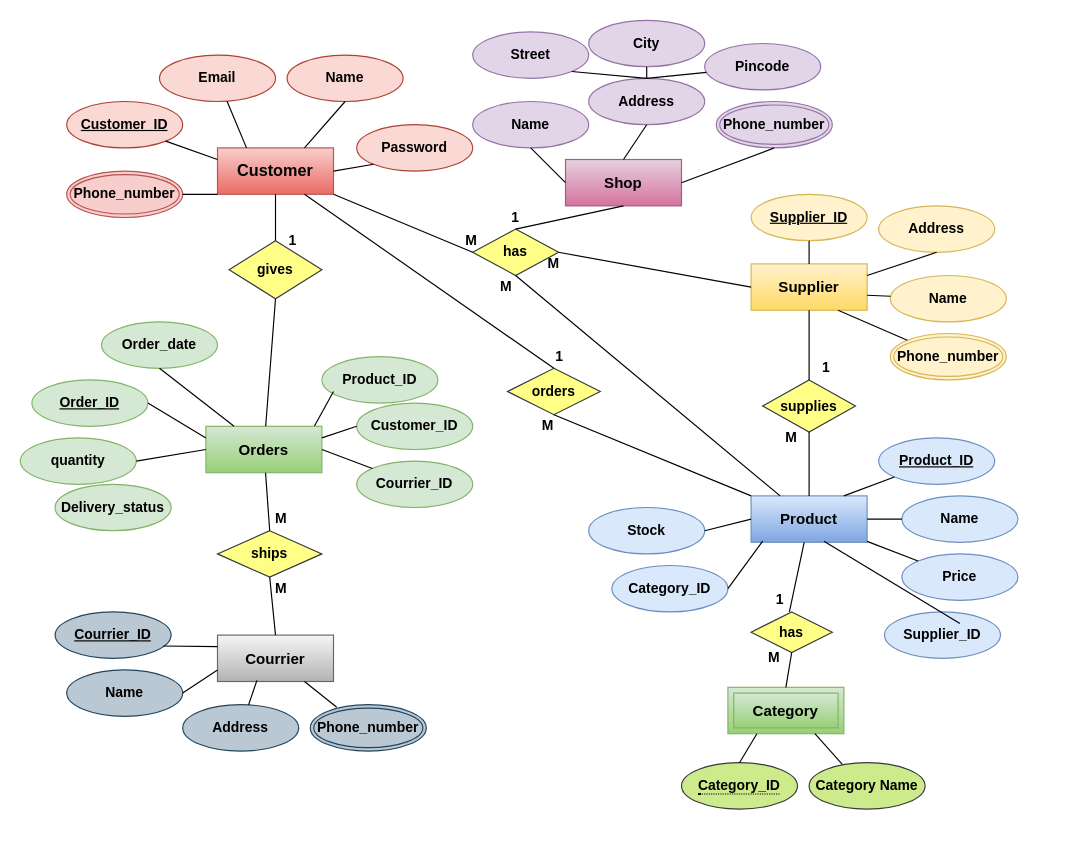
Before: shopping_UML.drawio in AayushiBr/Diagrams-, a draw.io diagram. Source tidied: cells renumbered, new cells numbered last; positions are measured from the earlier drawing's top-left corner, leaving out a move shared by most shapes. Both pictures are drawn from the tidied source at 116%, with x=0, y=0 at pixel (20, 20).
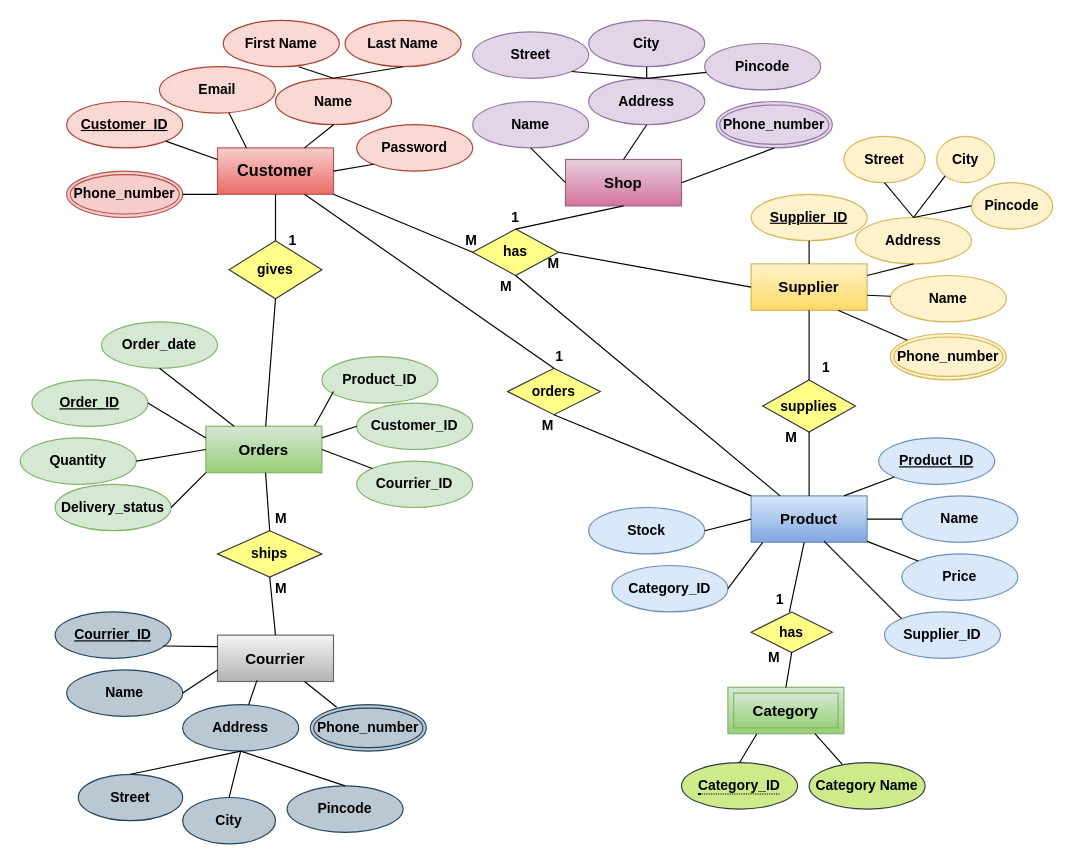
After the change.

Unchanged cells that the change refers to:
```xml
<mxCell id="5" value="&lt;b&gt;&lt;font style=&quot;font-size: 13px&quot;&gt;Orders&lt;/font&gt;&lt;/b&gt;" style="whiteSpace=wrap;html=1;align=center;gradientColor=#97d077;fillColor=#d5e8d4;strokeColor=#82b366;" parent="1" vertex="1">
  <mxGeometry x="160" y="350" width="100" height="40" as="geometry" />
</mxCell>
<mxCell id="6" value="&lt;b style=&quot;font-size: 13px&quot;&gt;Product&lt;/b&gt;" style="whiteSpace=wrap;html=1;align=center;gradientColor=#7ea6e0;fillColor=#dae8fc;strokeColor=#6c8ebf;" parent="1" vertex="1">
  <mxGeometry x="630" y="410" width="100" height="40" as="geometry" />
</mxCell>
<mxCell id="25" value="&lt;b&gt;Address&lt;/b&gt;" style="ellipse;whiteSpace=wrap;html=1;align=center;fillColor=#bac8d3;strokeColor=#23445d;" parent="1" vertex="1">
  <mxGeometry x="140" y="590" width="100" height="40" as="geometry" />
</mxCell>
<mxCell id="64" value="&lt;b&gt;Supplier_ID&lt;/b&gt;" style="ellipse;whiteSpace=wrap;html=1;align=center;fillColor=#dae8fc;strokeColor=#6c8ebf;" parent="1" vertex="1">
  <mxGeometry x="745" y="510" width="100" height="40" as="geometry" />
</mxCell>
```

The edit, as a diff of the source:
```diff
@@
     <mxCell id="8" value="&lt;b&gt;Email&lt;/b&gt;" style="ellipse;whiteSpace=wrap;html=1;align=center;fillColor=#fad9d5;strokeColor=#ae4132;" parent="1" vertex="1">
-      <mxGeometry x="120" y="30" width="100" height="40" as="geometry" />
+      <mxGeometry x="120" y="40" width="100" height="40" as="geometry" />
     </mxCell>
     <mxCell id="9" value="&lt;b&gt;Name&lt;/b&gt;" style="ellipse;whiteSpace=wrap;html=1;align=center;fillColor=#fad9d5;strokeColor=#ae4132;" parent="1" vertex="1">
-      <mxGeometry x="230" y="30" width="100" height="40" as="geometry" />
+      <mxGeometry x="220" y="50" width="100" height="40" as="geometry" />
     </mxCell>
@@
-    <mxCell id="12" value="&lt;b&gt;quantity&lt;/b&gt;" style="ellipse;whiteSpace=wrap;html=1;align=center;fillColor=#d5e8d4;strokeColor=#82b366;" parent="1" vertex="1">
+    <mxCell id="12" value="&lt;b&gt;Quantity&lt;/b&gt;" style="ellipse;whiteSpace=wrap;html=1;align=center;fillColor=#d5e8d4;strokeColor=#82b366;" parent="1" vertex="1">
       <mxGeometry y="360" width="100" height="40" as="geometry" />
     </mxCell>
@@
     <mxCell id="44" value="&lt;b&gt;Address&lt;/b&gt;" style="ellipse;whiteSpace=wrap;html=1;align=center;fillColor=#fff2cc;strokeColor=#d6b656;" parent="1" vertex="1">
-      <mxGeometry x="740" y="160" width="100" height="40" as="geometry" />
+      <mxGeometry x="720" y="170" width="100" height="40" as="geometry" />
     </mxCell>
@@
     <mxCell id="71" style="endArrow=none;html=1;rounded=0;" parent="1" edge="1">
       <mxGeometry relative="1" as="geometry">
         <mxPoint x="610" y="490" as="sourcePoint" />
-        <mxPoint x="640" y="449" as="targetPoint" />
+        <mxPoint x="640" y="450" as="targetPoint" />
       </mxGeometry>
     </mxCell>
@@
-    <mxCell id="75" style="endArrow=none;html=1;rounded=0;exitX=0.628;exitY=0.975;exitDx=0;exitDy=0;exitPerimeter=0;" parent="1" edge="1" source="6">
-      <mxGeometry relative="1" as="geometry">
-        <mxPoint x="810" y="520" as="targetPoint" />
-      </mxGeometry>
+    <mxCell id="75" style="endArrow=none;html=1;rounded=0;exitX=0.628;exitY=0.975;exitDx=0;exitDy=0;exitPerimeter=0;entryX=0;entryY=0;entryDx=0;entryDy=0;" parent="1" edge="1" source="6" target="64">
+      <mxGeometry relative="1" as="geometry" />
     </mxCell>
@@
+    <mxCell id="110" value="&lt;b&gt;Street&lt;/b&gt;" style="ellipse;whiteSpace=wrap;html=1;align=center;fillColor=#bac8d3;strokeColor=#23445d;" parent="1" vertex="1">
+      <mxGeometry x="50" y="650" width="90" height="40" as="geometry" />
+    </mxCell>
+    <mxCell id="111" value="&lt;b&gt;City&lt;/b&gt;" style="ellipse;whiteSpace=wrap;html=1;align=center;fillColor=#bac8d3;strokeColor=#23445d;" parent="1" vertex="1">
+      <mxGeometry x="140" y="670" width="80" height="40" as="geometry" />
+    </mxCell>
+    <mxCell id="112" value="&lt;b&gt;Pincode&lt;/b&gt;" style="ellipse;whiteSpace=wrap;html=1;align=center;fillColor=#bac8d3;strokeColor=#23445d;" parent="1" vertex="1">
+      <mxGeometry x="230" y="660" width="100" height="40" as="geometry" />
+    </mxCell>
+    <mxCell id="113" style="endArrow=none;html=1;rounded=0;exitX=0.5;exitY=1;exitDx=0;exitDy=0;entryX=0.5;entryY=0;entryDx=0;entryDy=0;" parent="1" edge="1" source="25" target="111">
+      <mxGeometry relative="1" as="geometry" />
+    </mxCell>
+    <mxCell id="114" style="endArrow=none;html=1;rounded=0;entryX=0.5;entryY=1;entryDx=0;entryDy=0;exitX=0.5;exitY=0;exitDx=0;exitDy=0;" parent="1" edge="1" source="110" target="25">
+      <mxGeometry relative="1" as="geometry" />
+    </mxCell>
+    <mxCell id="115" style="endArrow=none;html=1;rounded=0;entryX=0.5;entryY=0;entryDx=0;entryDy=0;" parent="1" edge="1" target="112">
+      <mxGeometry relative="1" as="geometry">
+        <mxPoint x="190" y="630" as="sourcePoint" />
+      </mxGeometry>
+    </mxCell>
+    <mxCell id="116" value="&lt;b&gt;First Name&lt;/b&gt;" style="ellipse;whiteSpace=wrap;html=1;align=center;fillColor=#fad9d5;strokeColor=#ae4132;" parent="1" vertex="1">
+      <mxGeometry x="175" width="100" height="40" as="geometry" />
+    </mxCell>
+    <mxCell id="117" value="&lt;b&gt;Last Name&lt;/b&gt;" style="ellipse;whiteSpace=wrap;html=1;align=center;fillColor=#fad9d5;strokeColor=#ae4132;" parent="1" vertex="1">
+      <mxGeometry x="280" width="100" height="40" as="geometry" />
+    </mxCell>
+    <mxCell id="118" style="endArrow=none;html=1;rounded=0;entryX=0.5;entryY=1;entryDx=0;entryDy=0;" parent="1" edge="1" target="117">
+      <mxGeometry relative="1" as="geometry">
+        <mxPoint x="270" y="50" as="sourcePoint" />
+      </mxGeometry>
+    </mxCell>
+    <mxCell id="119" style="endArrow=none;html=1;rounded=0;entryX=0.5;entryY=0;entryDx=0;entryDy=0;" parent="1" edge="1" target="9">
+      <mxGeometry relative="1" as="geometry">
+        <mxPoint x="240" y="40" as="sourcePoint" />
+      </mxGeometry>
+    </mxCell>
+    <mxCell id="120" value="&lt;b&gt;Street&lt;/b&gt;" style="ellipse;whiteSpace=wrap;html=1;align=center;fillColor=#fff2cc;strokeColor=#d6b656;" parent="1" vertex="1">
+      <mxGeometry x="710" y="100" width="70" height="40" as="geometry" />
+    </mxCell>
+    <mxCell id="121" value="&lt;b&gt;City&lt;/b&gt;" style="ellipse;whiteSpace=wrap;html=1;align=center;fillColor=#fff2cc;strokeColor=#d6b656;" parent="1" vertex="1">
+      <mxGeometry x="790" y="100" width="50" height="40" as="geometry" />
+    </mxCell>
+    <mxCell id="122" value="&lt;b&gt;Pincode&lt;/b&gt;" style="ellipse;whiteSpace=wrap;html=1;align=center;fillColor=#fff2cc;strokeColor=#d6b656;" parent="1" vertex="1">
+      <mxGeometry x="820" y="140" width="70" height="40" as="geometry" />
+    </mxCell>
+    <mxCell id="123" style="endArrow=none;html=1;rounded=0;entryX=0;entryY=0.5;entryDx=0;entryDy=0;" parent="1" edge="1" target="122">
+      <mxGeometry relative="1" as="geometry">
+        <mxPoint x="770" y="170" as="sourcePoint" />
+      </mxGeometry>
+    </mxCell>
+    <mxCell id="124" style="endArrow=none;html=1;rounded=0;exitX=0;exitY=1;exitDx=0;exitDy=0;entryX=0.5;entryY=0;entryDx=0;entryDy=0;" parent="1" edge="1" source="121" target="44">
+      <mxGeometry relative="1" as="geometry" />
+    </mxCell>
+    <mxCell id="125" style="endArrow=none;html=1;rounded=0;exitX=0.5;exitY=1;exitDx=0;exitDy=0;" parent="1" edge="1" source="120">
+      <mxGeometry relative="1" as="geometry">
+        <mxPoint x="770" y="170" as="targetPoint" />
+      </mxGeometry>
+    </mxCell>
+    <mxCell id="126" style="endArrow=none;html=1;rounded=0;entryX=0;entryY=1;entryDx=0;entryDy=0;" parent="1" edge="1" target="5">
+      <mxGeometry relative="1" as="geometry">
+        <mxPoint x="130" y="420" as="sourcePoint" />
+      </mxGeometry>
+    </mxCell>
```
